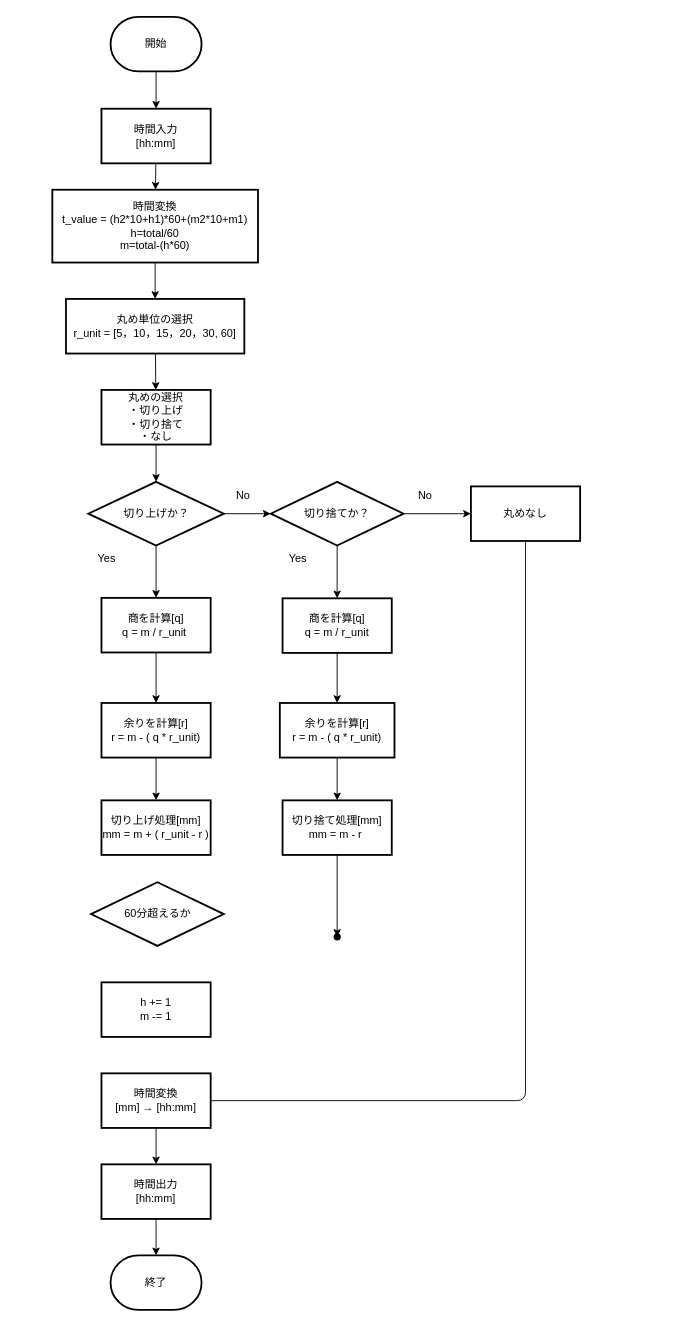
akihiro1656/issue1 keeps this draw.io diagram as flowchart.dio. Above is the earlier version. Source tidied: cells renumbered, new cells numbered last; positions are measured from the earlier drawing's top-left corner, leaving out a move shared by most shapes. Both pictures are drawn from the tidied source at 91%, with x=0, y=0 at pixel (52, 16).
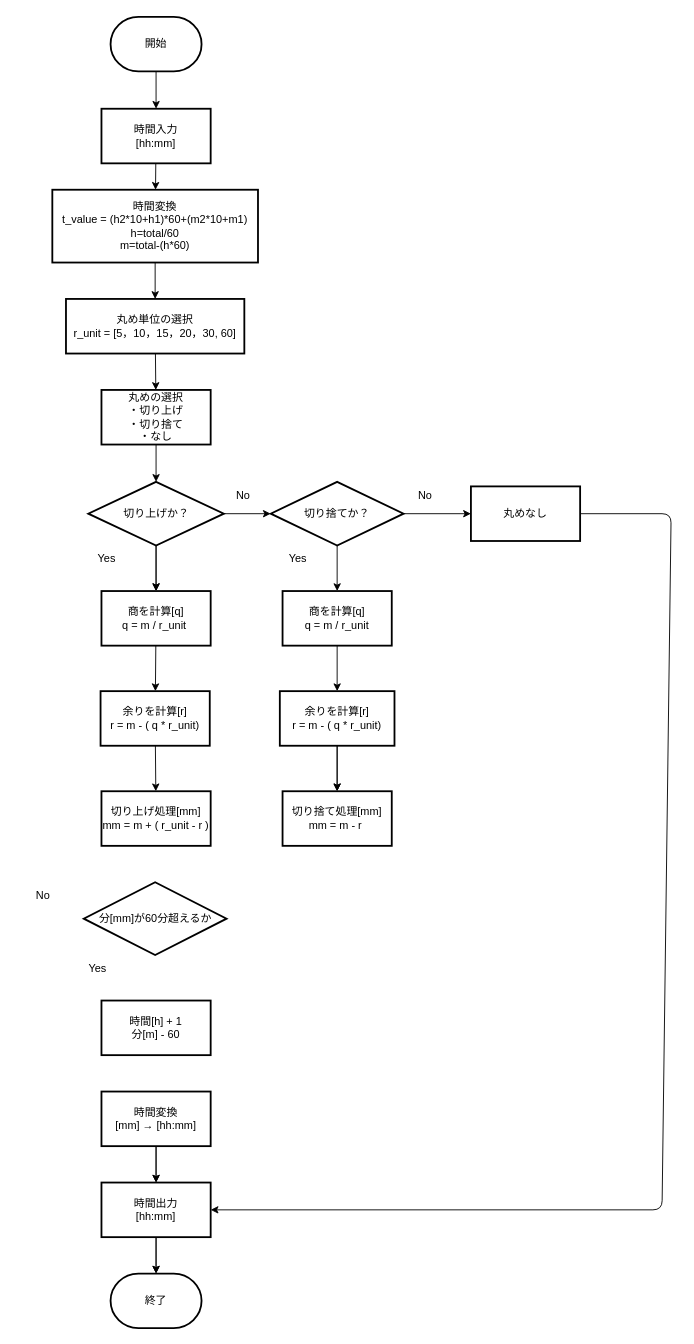
Above is the later version.

Unchanged cells that the change refers to:
```xml
<mxCell id="9" value="切り上げか？" style="strokeWidth=2;html=1;shape=mxgraph.flowchart.decision;whiteSpace=wrap;" parent="1" vertex="1">
  <mxGeometry x="39.5" y="511" width="149" height="70" as="geometry" />
</mxCell>
<mxCell id="30" value="丸めなし" style="whiteSpace=wrap;html=1;strokeWidth=2;" parent="1" vertex="1">
  <mxGeometry x="460" y="516" width="120" height="60" as="geometry" />
</mxCell>
```

Change to the diagram source:
```diff
@@
     <mxCell id="4" value="終了" style="strokeWidth=2;html=1;shape=mxgraph.flowchart.terminator;whiteSpace=wrap;" parent="1" vertex="1">
-      <mxGeometry x="64" y="1361" width="100" height="60" as="geometry" />
+      <mxGeometry x="64" y="1381" width="100" height="60" as="geometry" />
     </mxCell>
@@
+    <mxCell id="44" style="edgeStyle=none;html=1;" parent="1" edge="1" source="9" target="21">
+      <mxGeometry relative="1" as="geometry" />
+    </mxCell>
@@
+    <mxCell id="45" style="edgeStyle=none;html=1;" parent="1" edge="1" source="15" target="17">
+      <mxGeometry relative="1" as="geometry" />
+    </mxCell>
@@
     <mxCell id="15" value="時間変換&lt;br&gt;[mm] → [hh:mm]" style="whiteSpace=wrap;html=1;strokeWidth=2;" parent="1" vertex="1">
-      <mxGeometry x="54" y="1161" width="120" height="60" as="geometry" />
+      <mxGeometry x="54" y="1181" width="120" height="60" as="geometry" />
     </mxCell>
+    <mxCell id="46" style="edgeStyle=none;html=1;" parent="1" edge="1" source="17" target="4">
+      <mxGeometry relative="1" as="geometry" />
+    </mxCell>
@@
     <mxCell id="17" value="時間出力&lt;br&gt;[hh:mm]" style="whiteSpace=wrap;html=1;strokeWidth=2;" parent="1" vertex="1">
-      <mxGeometry x="54" y="1261" width="120" height="60" as="geometry" />
+      <mxGeometry x="54" y="1281" width="120" height="60" as="geometry" />
     </mxCell>
-    <mxCell id="18" style="edgeStyle=none;html=1;fontFamily=Helvetica;fontSize=12;" parent="1" edge="1" source="19" target="41">
-      <mxGeometry relative="1" as="geometry" />
-    </mxCell>
     <mxCell id="19" value="切り捨て処理[mm]&lt;br&gt;mm = m - r&amp;nbsp;" style="whiteSpace=wrap;html=1;strokeWidth=2;" parent="1" vertex="1">
-      <mxGeometry x="253" y="861" width="120" height="60" as="geometry" />
+      <mxGeometry x="253" y="851" width="120" height="60" as="geometry" />
     </mxCell>
@@
     <mxCell id="21" value="商を計算[q]&lt;br&gt;q = m / r_unit&amp;nbsp;" style="whiteSpace=wrap;html=1;strokeWidth=2;" parent="1" vertex="1">
-      <mxGeometry x="54" y="638.5" width="120" height="60" as="geometry" />
+      <mxGeometry x="54" y="631" width="120" height="60" as="geometry" />
     </mxCell>
@@
+    <mxCell id="47" style="edgeStyle=none;html=1;startArrow=none;" parent="1" edge="1" source="39" target="19">
+      <mxGeometry relative="1" as="geometry" />
+    </mxCell>
@@
+    <mxCell id="48" style="edgeStyle=none;html=1;exitX=1;exitY=0.5;exitDx=0;exitDy=0;entryX=1;entryY=0.5;entryDx=0;entryDy=0;" parent="1" edge="1" source="30" target="17">
+      <mxGeometry relative="1" as="geometry">
+        <Array as="points">
+          <mxPoint x="680" y="546" />
+          <mxPoint x="670" y="1311" />
+        </Array>
+      </mxGeometry>
+    </mxCell>
@@
     <mxCell id="34" value="余りを計算[r]&lt;br&gt;r = m - ( q * r_unit)" style="whiteSpace=wrap;html=1;strokeWidth=2;" parent="1" vertex="1">
-      <mxGeometry x="54" y="754" width="120" height="60" as="geometry" />
+      <mxGeometry x="53" y="741" width="120" height="60" as="geometry" />
     </mxCell>
     <mxCell id="35" value="切り上げ処理[mm]&lt;br&gt;mm = m + ( r_unit - r )" style="whiteSpace=wrap;html=1;strokeWidth=2;" parent="1" vertex="1">
-      <mxGeometry x="54" y="861" width="120" height="60" as="geometry" />
+      <mxGeometry x="54" y="851" width="120" height="60" as="geometry" />
     </mxCell>
@@
     <mxCell id="37" value="商を計算[q]&lt;br&gt;q = m / r_unit" style="whiteSpace=wrap;html=1;strokeWidth=2;" parent="1" vertex="1">
-      <mxGeometry x="253" y="639" width="120" height="60" as="geometry" />
+      <mxGeometry x="253" y="631" width="120" height="60" as="geometry" />
     </mxCell>
@@
-    <mxCell id="39" value="余りを計算[r]&lt;br&gt;r = m - ( q * r_unit)" style="whiteSpace=wrap;html=1;strokeWidth=2;" parent="1" vertex="1">
-      <mxGeometry x="250" y="754" width="126" height="60" as="geometry" />
-    </mxCell>
-    <mxCell id="40" style="edgeStyle=none;html=1;exitX=0.5;exitY=1;exitDx=0;exitDy=0;entryDx=0;entryDy=0;endArrow=none;entryX=1;entryY=0.5;" parent="1" edge="1" source="30" target="15">
-      <mxGeometry relative="1" as="geometry">
-        <Array as="points">
-          <mxPoint x="520" y="1191" />
-        </Array>
-      </mxGeometry>
-    </mxCell>
-    <mxCell id="41" style="shape=waypoint;sketch=0;size=6;points=[];fillColor=default;perimeter=centerPerimeter;snapToPoint=1;strokeWidth=2;" parent="1" vertex="1">
-      <mxGeometry x="303" y="1001" width="20" height="20" as="geometry" />
-    </mxCell>
-    <mxCell id="42" value="h += 1&lt;br&gt;m -= 1" style="whiteSpace=wrap;html=1;strokeWidth=2;" parent="1" vertex="1">
-      <mxGeometry x="54" y="1061" width="120" height="60" as="geometry" />
+    <mxCell id="42" value="時間[h] + 1&lt;br&gt;分[m] - 60" style="whiteSpace=wrap;html=1;strokeWidth=2;" parent="1" vertex="1">
+      <mxGeometry x="54" y="1081" width="120" height="60" as="geometry" />
     </mxCell>
-    <mxCell id="43" value="60分超えるか" style="strokeWidth=2;html=1;shape=mxgraph.flowchart.decision;whiteSpace=wrap;" parent="1" vertex="1">
-      <mxGeometry x="42.5" y="951" width="146" height="70" as="geometry" />
+    <mxCell id="43" value="分[mm]が60分超えるか" style="strokeWidth=2;html=1;shape=mxgraph.flowchart.decision;whiteSpace=wrap;" parent="1" vertex="1">
+      <mxGeometry x="34.5" y="951" width="157" height="80" as="geometry" />
     </mxCell>
+    <mxCell id="49" value="Yes" style="text;html=1;strokeColor=none;fillColor=none;align=center;verticalAlign=middle;whiteSpace=wrap;rounded=0;" parent="1" vertex="1">
+      <mxGeometry x="20" y="1031" width="60" height="30" as="geometry" />
+    </mxCell>
+    <mxCell id="50" value="No" style="text;html=1;strokeColor=none;fillColor=none;align=center;verticalAlign=middle;whiteSpace=wrap;rounded=0;" parent="1" vertex="1">
+      <mxGeometry x="-40" y="951" width="60" height="30" as="geometry" />
+    </mxCell>
+    <mxCell id="39" value="余りを計算[r]&lt;br&gt;r = m - ( q * r_unit)" style="whiteSpace=wrap;html=1;strokeWidth=2;" parent="1" vertex="1">
+      <mxGeometry x="250" y="741" width="126" height="60" as="geometry" />
+    </mxCell>
```
